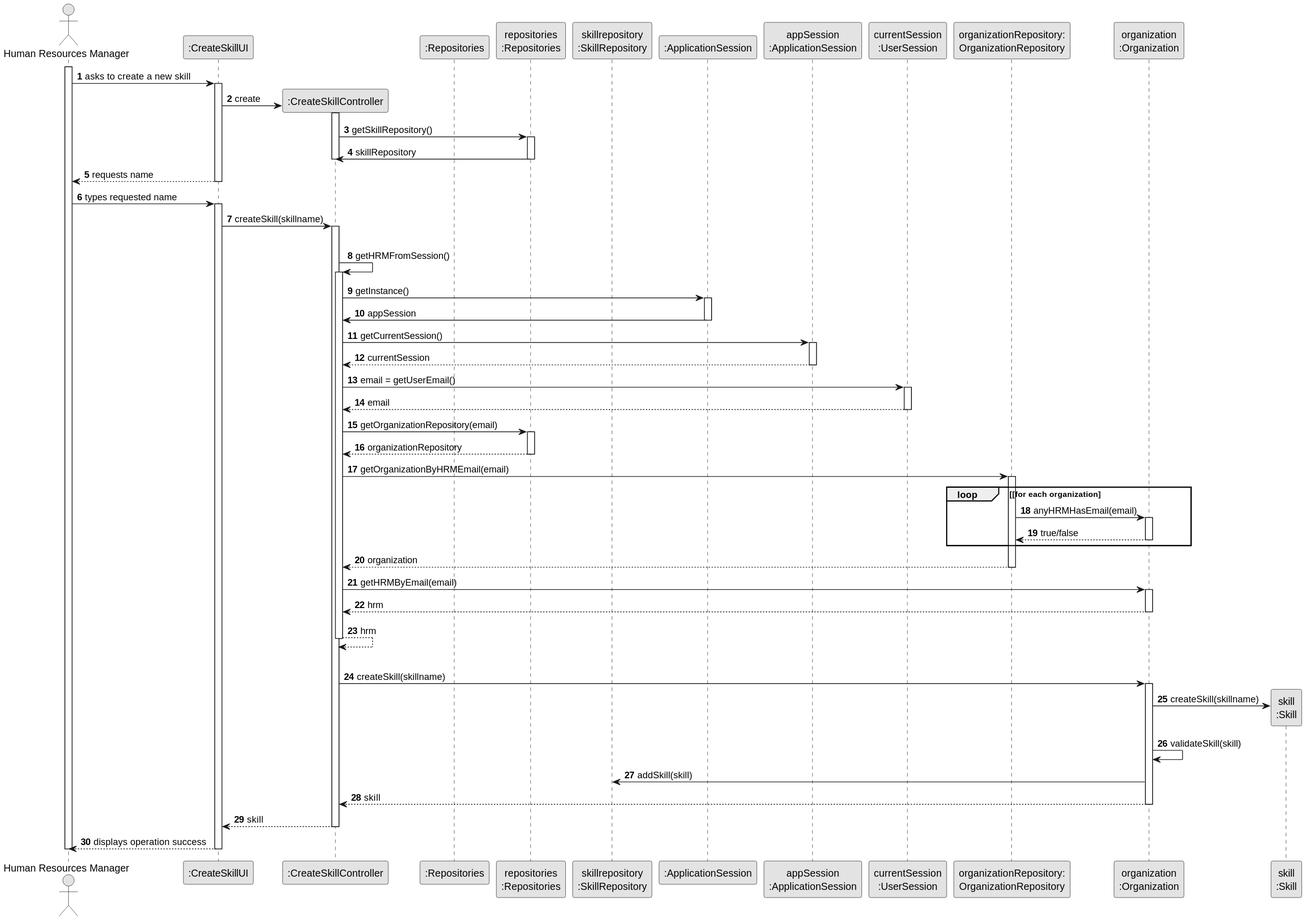
The PlantUML diagram docs/sprint3/us001/03.design/svg/us001-sequence-diagram-full.svg in tiagosoa/lei-24-s2-1dgh-g073, before a commit. Its diagram source:
```plantuml
@startuml
skinparam monochrome true
skinparam packageStyle rectangle
skinparam shadowing false

autonumber

actor "Human Resources Manager" as ADM
participant ":CreateSkillUI" as UI
participant ":CreateSkillController" as CTRL
participant ":Repositories" as RepositorySingleton
participant "repositories\n:Repositories" as PLAT
participant "skillrepository\n:SkillRepository" as SR
participant ":ApplicationSession" as _APP
participant "appSession\n:ApplicationSession" as APP
participant "currentSession\n:UserSession" as SESSAO
participant "organizationRepository:\nOrganizationRepository" as OrganizationRepository
participant "organization\n:Organization" as ORG
participant "skill\n:Skill" as HABILIDADE

activate ADM

        ADM -> UI : asks to create a new skill

        activate UI

            UI -> CTRL** : create

            activate CTRL

                 CTRL -> PLAT : getSkillRepository()
                         activate PLAT

                     PLAT -> CTRL : skillRepository
                     deactivate PLAT
    deactivate CTRL
    UI --> ADM : requests name
    deactivate UI

    ADM -> UI : types requested name
    activate UI

        UI -> CTRL : createSkill(skillname)
        activate CTRL

            |||
            CTRL -> CTRL : getHRMFromSession()
            activate CTRL

                CTRL -> _APP: getInstance()
                activate _APP
                    _APP -> CTRL: appSession
                deactivate _APP


                CTRL -> APP: getCurrentSession()
                activate APP

                    APP --> CTRL: currentSession
                deactivate APP

                CTRL -> SESSAO: email = getUserEmail()
                activate SESSAO

                    SESSAO --> CTRL: email
                deactivate SESSAO


                CTRL -> PLAT: getOrganizationRepository(email)
                activate PLAT

                    PLAT --> CTRL: organizationRepository
                deactivate PLAT


                CTRL -> OrganizationRepository: getOrganizationByHRMEmail(email)
                activate OrganizationRepository

                    loop [for each organization
                        OrganizationRepository -> ORG : anyHRMHasEmail(email)
                        activate ORG

                             ORG --> OrganizationRepository : true/false
                        deactivate ORG
                    end
                    OrganizationRepository --> CTRL : organization
                deactivate OrganizationRepository

                CTRL -> ORG: getHRMByEmail(email)
                activate ORG

                    ORG --> CTRL : hrm
                deactivate ORG

                CTRL --> CTRL : hrm
            deactivate CTRL

            |||
            CTRL -> ORG: createSkill(skillname)
            activate ORG

                ORG -> HABILIDADE**: createSkill(skillname)

                ORG -> ORG: validateSkill(skill)

                ORG -> SR: addSkill(skill)


                ORG --> CTRL : skill

            deactivate ORG

            CTRL --> UI: skill
            deactivate CTRL
            UI --> ADM: displays operation success
    deactivate UI

deactivate ADM
@enduml
```
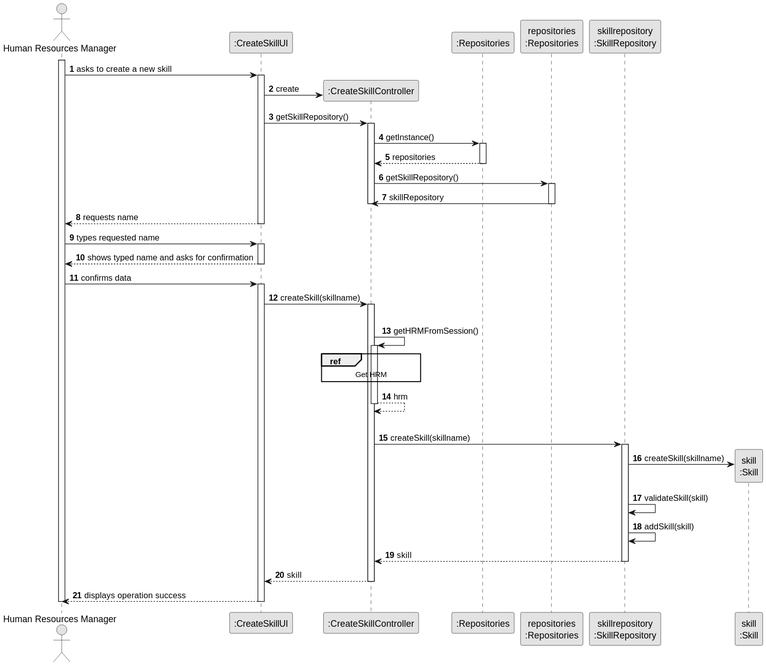
After the change.

What changed in the source:
```diff
@@ -11,11 +11,6 @@
 participant ":Repositories" as RepositorySingleton
 participant "repositories\n:Repositories" as PLAT
 participant "skillrepository\n:SkillRepository" as SR
-participant ":ApplicationSession" as _APP
-participant "appSession\n:ApplicationSession" as APP
-participant "currentSession\n:UserSession" as SESSAO
-participant "organizationRepository:\nOrganizationRepository" as OrganizationRepository
-participant "organization\n:Organization" as ORG
 participant "skill\n:Skill" as HABILIDADE
 
 activate ADM
@@ -26,7 +21,15 @@
 
             UI -> CTRL** : create
 
+            UI -> CTRL : getSkillRepository()
+
             activate CTRL
+
+            CTRL -> RepositorySingleton : getInstance()
+                            activate RepositorySingleton
+
+                                RepositorySingleton --> CTRL: repositories
+                            deactivate RepositorySingleton
 
                  CTRL -> PLAT : getSkillRepository()
                          activate PLAT
@@ -40,6 +43,12 @@
     ADM -> UI : types requested name
     activate UI
 
+            UI --> ADM : shows typed name and asks for confirmation
+        deactivate UI
+
+        ADM -> UI : confirms data
+        activate UI
+
         UI -> CTRL : createSkill(skillname)
         activate CTRL
 
@@ -47,68 +56,27 @@
             CTRL -> CTRL : getHRMFromSession()
             activate CTRL
 
-                CTRL -> _APP: getInstance()
-                activate _APP
-                    _APP -> CTRL: appSession
-                deactivate _APP
-
-
-                CTRL -> APP: getCurrentSession()
-                activate APP
-
-                    APP --> CTRL: currentSession
-                deactivate APP
-
-                CTRL -> SESSAO: email = getUserEmail()
-                activate SESSAO
-
-                    SESSAO --> CTRL: email
-                deactivate SESSAO
-
-
-                CTRL -> PLAT: getOrganizationRepository(email)
-                activate PLAT
-
-                    PLAT --> CTRL: organizationRepository
-                deactivate PLAT
-
-
-                CTRL -> OrganizationRepository: getOrganizationByHRMEmail(email)
-                activate OrganizationRepository
-
-                    loop [for each organization
-                        OrganizationRepository -> ORG : anyHRMHasEmail(email)
-                        activate ORG
-
-                             ORG --> OrganizationRepository : true/false
-                        deactivate ORG
-                    end
-                    OrganizationRepository --> CTRL : organization
-                deactivate OrganizationRepository
-
-                CTRL -> ORG: getHRMByEmail(email)
-                activate ORG
-
-                    ORG --> CTRL : hrm
-                deactivate ORG
+                ref over CTRL
+                Get HRM
+                end
 
                 CTRL --> CTRL : hrm
             deactivate CTRL
 
             |||
-            CTRL -> ORG: createSkill(skillname)
-            activate ORG
+            CTRL -> SR: createSkill(skillname)
+            activate SR
 
-                ORG -> HABILIDADE**: createSkill(skillname)
+                SR -> HABILIDADE**: createSkill(skillname)
 
-                ORG -> ORG: validateSkill(skill)
+                SR -> SR: validateSkill(skill)
 
-                ORG -> SR: addSkill(skill)
+                SR -> SR: addSkill(skill)
 
 
-                ORG --> CTRL : skill
+                SR --> CTRL : skill
 
-            deactivate ORG
+            deactivate SR
 
             CTRL --> UI: skill
             deactivate CTRL
```
